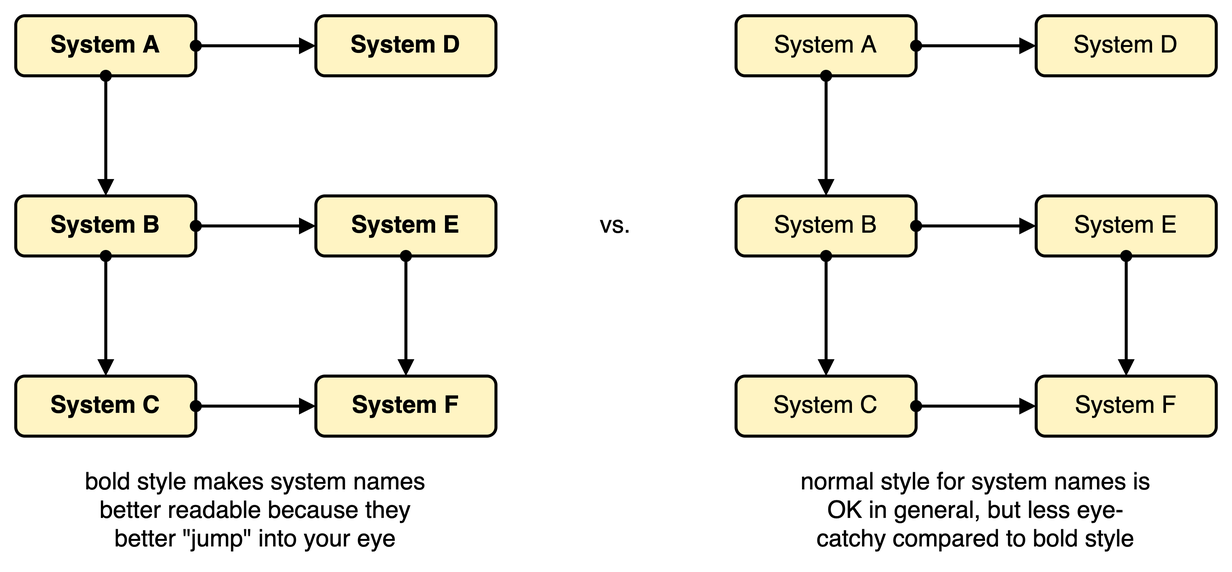
Above: diagrams/text-guideline_font-style_1.png in martinleggewie/visual-tips-for-creating-schematic-diagrams (draw.io), before the change. Source tidied: cells renumbered, new cells last; positions are measured from the earlier drawing's top-left corner, leaving out a move shared by most shapes. Its diagram source:
```xml
<mxGraphModel>
  <root>
    <mxCell id="0" />
    <mxCell id="1" value="background" parent="0" />
    <mxCell id="2" style="rounded=0;whiteSpace=wrap;html=1;strokeColor=none;" parent="1" vertex="1">
      <mxGeometry width="820" height="380" as="geometry" />
    </mxCell>
    <mxCell id="3" value="content" parent="0" />
    <mxCell id="4" value="System A" style="rounded=1;whiteSpace=wrap;html=1;strokeWidth=2;fontSize=16;fontStyle=1;fillColor=#FFF4C3;" parent="3" vertex="1">
      <mxGeometry x="10" y="10" width="120" height="40" as="geometry" />
    </mxCell>
    <mxCell id="5" style="rounded=0;jettySize=auto;html=1;fontSize=16;endArrow=block;endFill=1;startArrow=oval;startFill=1;strokeWidth=2;" parent="3" edge="1" source="4" target="11">
      <mxGeometry relative="1" as="geometry" />
    </mxCell>
    <mxCell id="6" value="System B" style="rounded=1;whiteSpace=wrap;html=1;strokeWidth=2;fontSize=16;fontStyle=1;fillColor=#FFF4C3;" parent="3" vertex="1">
      <mxGeometry x="10" y="130" width="120" height="40" as="geometry" />
    </mxCell>
    <mxCell id="7" style="edgeStyle=none;rounded=0;jettySize=auto;html=1;startArrow=oval;startFill=1;endArrow=block;endFill=1;strokeWidth=2;fontSize=16;" parent="3" edge="1" source="4" target="6">
      <mxGeometry relative="1" as="geometry" />
    </mxCell>
    <mxCell id="8" style="rounded=0;jettySize=auto;html=1;fontSize=16;endArrow=block;endFill=1;startArrow=oval;startFill=1;strokeWidth=2;" parent="3" edge="1" source="6" target="12">
      <mxGeometry relative="1" as="geometry" />
    </mxCell>
    <mxCell id="9" value="bold style makes system names better readable because they better &quot;jump&quot; into your eye" style="text;html=1;strokeColor=none;fillColor=none;align=center;verticalAlign=middle;whiteSpace=wrap;rounded=0;fontSize=16;spacing=0;" parent="3" vertex="1">
      <mxGeometry x="50" y="310" width="240" height="60" as="geometry" />
    </mxCell>
    <mxCell id="10" value="vs." style="text;html=1;strokeColor=none;fillColor=none;align=center;verticalAlign=middle;whiteSpace=wrap;rounded=0;fontSize=16;" parent="3" vertex="1">
      <mxGeometry x="330" y="140" width="160" height="20" as="geometry" />
    </mxCell>
    <mxCell id="11" value="System D" style="rounded=1;whiteSpace=wrap;html=1;strokeWidth=2;fontSize=16;fontStyle=1;fillColor=#FFF4C3;" parent="3" vertex="1">
      <mxGeometry x="210" y="10" width="120" height="40" as="geometry" />
    </mxCell>
    <mxCell id="12" value="System E" style="rounded=1;whiteSpace=wrap;html=1;strokeWidth=2;fontSize=16;fontStyle=1;fillColor=#FFF4C3;" parent="3" vertex="1">
      <mxGeometry x="210" y="130" width="120" height="40" as="geometry" />
    </mxCell>
    <mxCell id="13" value="System F" style="rounded=1;whiteSpace=wrap;html=1;strokeWidth=2;fontSize=16;fontStyle=1;fillColor=#FFF4C3;" parent="3" vertex="1">
      <mxGeometry x="210" y="250" width="120" height="40" as="geometry" />
    </mxCell>
    <mxCell id="14" value="System C" style="rounded=1;whiteSpace=wrap;html=1;strokeWidth=2;fontSize=16;fontStyle=1;fillColor=#FFF4C3;" parent="3" vertex="1">
      <mxGeometry x="10" y="250" width="120" height="40" as="geometry" />
    </mxCell>
    <mxCell id="15" style="edgeStyle=none;rounded=1;jettySize=auto;html=1;fontSize=16;startArrow=oval;startFill=1;endArrow=block;endFill=1;strokeWidth=2;" parent="3" edge="1" source="12" target="13">
      <mxGeometry relative="1" as="geometry" />
    </mxCell>
    <mxCell id="16" style="edgeStyle=none;rounded=1;jettySize=auto;html=1;fontSize=16;startArrow=oval;startFill=1;endArrow=block;endFill=1;strokeWidth=2;" parent="3" edge="1" source="14" target="13">
      <mxGeometry relative="1" as="geometry" />
    </mxCell>
    <mxCell id="17" style="edgeStyle=none;rounded=1;jettySize=auto;html=1;fontSize=16;startArrow=oval;startFill=1;endArrow=block;endFill=1;strokeWidth=2;" parent="3" edge="1" source="6" target="14">
      <mxGeometry relative="1" as="geometry" />
    </mxCell>
    <mxCell id="18" value="System A" style="rounded=1;whiteSpace=wrap;html=1;strokeWidth=2;fontSize=16;fontStyle=0;fillColor=#FFF4C3;" parent="3" vertex="1">
      <mxGeometry x="490" y="10" width="120" height="40" as="geometry" />
    </mxCell>
    <mxCell id="19" style="rounded=0;jettySize=auto;html=1;fontSize=16;endArrow=block;endFill=1;startArrow=oval;startFill=1;strokeWidth=2;fontStyle=0;" parent="3" edge="1" source="18" target="24">
      <mxGeometry relative="1" as="geometry" />
    </mxCell>
    <mxCell id="20" value="System B" style="rounded=1;whiteSpace=wrap;html=1;strokeWidth=2;fontSize=16;fontStyle=0;fillColor=#FFF4C3;" parent="3" vertex="1">
      <mxGeometry x="490" y="130" width="120" height="40" as="geometry" />
    </mxCell>
    <mxCell id="21" style="edgeStyle=none;rounded=0;jettySize=auto;html=1;startArrow=oval;startFill=1;endArrow=block;endFill=1;strokeWidth=2;fontSize=16;fontStyle=0;" parent="3" edge="1" source="18" target="20">
      <mxGeometry relative="1" as="geometry" />
    </mxCell>
    <mxCell id="22" style="rounded=0;jettySize=auto;html=1;fontSize=16;endArrow=block;endFill=1;startArrow=oval;startFill=1;strokeWidth=2;fontStyle=0;" parent="3" edge="1" source="20" target="25">
      <mxGeometry relative="1" as="geometry" />
    </mxCell>
    <mxCell id="23" value="normal style for system names is OK in general, but less eye-catchy compared to bold style" style="text;html=1;strokeColor=none;fillColor=none;align=center;verticalAlign=middle;whiteSpace=wrap;rounded=0;fontSize=16;spacing=0;" parent="3" vertex="1">
      <mxGeometry x="530" y="310" width="240" height="60" as="geometry" />
    </mxCell>
    <mxCell id="24" value="System D" style="rounded=1;whiteSpace=wrap;html=1;strokeWidth=2;fontSize=16;fontStyle=0;fillColor=#FFF4C3;" parent="3" vertex="1">
      <mxGeometry x="690" y="10" width="120" height="40" as="geometry" />
    </mxCell>
    <mxCell id="25" value="System E" style="rounded=1;whiteSpace=wrap;html=1;strokeWidth=2;fontSize=16;fontStyle=0;fillColor=#FFF4C3;" parent="3" vertex="1">
      <mxGeometry x="690" y="130" width="120" height="40" as="geometry" />
    </mxCell>
    <mxCell id="26" value="System F" style="rounded=1;whiteSpace=wrap;html=1;strokeWidth=2;fontSize=16;fontStyle=0;fillColor=#FFF4C3;" parent="3" vertex="1">
      <mxGeometry x="690" y="250" width="120" height="40" as="geometry" />
    </mxCell>
    <mxCell id="27" value="System C" style="rounded=1;whiteSpace=wrap;html=1;strokeWidth=2;fontSize=16;fontStyle=0;fillColor=#FFF4C3;" parent="3" vertex="1">
      <mxGeometry x="490" y="250" width="120" height="40" as="geometry" />
    </mxCell>
    <mxCell id="28" style="edgeStyle=none;rounded=1;jettySize=auto;html=1;fontSize=16;startArrow=oval;startFill=1;endArrow=block;endFill=1;strokeWidth=2;fontStyle=0;" parent="3" edge="1" source="25" target="26">
      <mxGeometry relative="1" as="geometry" />
    </mxCell>
    <mxCell id="29" style="edgeStyle=none;rounded=1;jettySize=auto;html=1;fontSize=16;startArrow=oval;startFill=1;endArrow=block;endFill=1;strokeWidth=2;fontStyle=0;" parent="3" edge="1" source="27" target="26">
      <mxGeometry relative="1" as="geometry" />
    </mxCell>
    <mxCell id="30" style="edgeStyle=none;rounded=1;jettySize=auto;html=1;fontSize=16;startArrow=oval;startFill=1;endArrow=block;endFill=1;strokeWidth=2;fontStyle=0;" parent="3" edge="1" source="20" target="27">
      <mxGeometry relative="1" as="geometry" />
    </mxCell>
  </root>
</mxGraphModel>
```
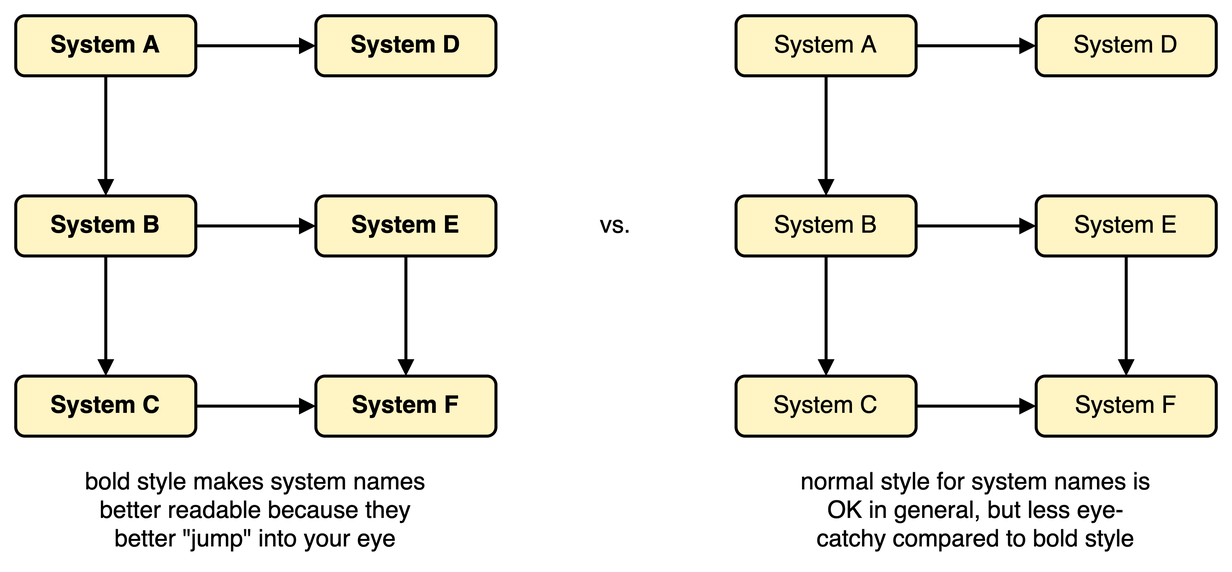
After the commit.

Change to the diagram source:
```diff
@@ -9,16 +9,16 @@
     <mxCell id="4" value="System A" style="rounded=1;whiteSpace=wrap;html=1;strokeWidth=2;fontSize=16;fontStyle=1;fillColor=#FFF4C3;" parent="3" vertex="1">
       <mxGeometry x="10" y="10" width="120" height="40" as="geometry" />
     </mxCell>
-    <mxCell id="5" style="rounded=0;jettySize=auto;html=1;fontSize=16;endArrow=block;endFill=1;startArrow=oval;startFill=1;strokeWidth=2;" parent="3" edge="1" source="4" target="11">
+    <mxCell id="5" style="rounded=0;jettySize=auto;html=1;fontSize=16;endArrow=block;endFill=1;startArrow=none;startFill=0;strokeWidth=2;" parent="3" edge="1" source="4" target="11">
       <mxGeometry relative="1" as="geometry" />
     </mxCell>
     <mxCell id="6" value="System B" style="rounded=1;whiteSpace=wrap;html=1;strokeWidth=2;fontSize=16;fontStyle=1;fillColor=#FFF4C3;" parent="3" vertex="1">
       <mxGeometry x="10" y="130" width="120" height="40" as="geometry" />
     </mxCell>
-    <mxCell id="7" style="edgeStyle=none;rounded=0;jettySize=auto;html=1;startArrow=oval;startFill=1;endArrow=block;endFill=1;strokeWidth=2;fontSize=16;" parent="3" edge="1" source="4" target="6">
+    <mxCell id="7" style="edgeStyle=none;rounded=0;jettySize=auto;html=1;startArrow=none;startFill=0;endArrow=block;endFill=1;strokeWidth=2;fontSize=16;" parent="3" edge="1" source="4" target="6">
       <mxGeometry relative="1" as="geometry" />
     </mxCell>
-    <mxCell id="8" style="rounded=0;jettySize=auto;html=1;fontSize=16;endArrow=block;endFill=1;startArrow=oval;startFill=1;strokeWidth=2;" parent="3" edge="1" source="6" target="12">
+    <mxCell id="8" style="rounded=0;jettySize=auto;html=1;fontSize=16;endArrow=block;endFill=1;startArrow=none;startFill=0;strokeWidth=2;" parent="3" edge="1" source="6" target="12">
       <mxGeometry relative="1" as="geometry" />
     </mxCell>
     <mxCell id="9" value="bold style makes system names better readable because they better &quot;jump&quot; into your eye" style="text;html=1;strokeColor=none;fillColor=none;align=center;verticalAlign=middle;whiteSpace=wrap;rounded=0;fontSize=16;spacing=0;" parent="3" vertex="1">
@@ -39,28 +39,28 @@
     <mxCell id="14" value="System C" style="rounded=1;whiteSpace=wrap;html=1;strokeWidth=2;fontSize=16;fontStyle=1;fillColor=#FFF4C3;" parent="3" vertex="1">
       <mxGeometry x="10" y="250" width="120" height="40" as="geometry" />
     </mxCell>
-    <mxCell id="15" style="edgeStyle=none;rounded=1;jettySize=auto;html=1;fontSize=16;startArrow=oval;startFill=1;endArrow=block;endFill=1;strokeWidth=2;" parent="3" edge="1" source="12" target="13">
+    <mxCell id="15" style="edgeStyle=none;rounded=1;jettySize=auto;html=1;fontSize=16;startArrow=none;startFill=0;endArrow=block;endFill=1;strokeWidth=2;" parent="3" edge="1" source="12" target="13">
       <mxGeometry relative="1" as="geometry" />
     </mxCell>
-    <mxCell id="16" style="edgeStyle=none;rounded=1;jettySize=auto;html=1;fontSize=16;startArrow=oval;startFill=1;endArrow=block;endFill=1;strokeWidth=2;" parent="3" edge="1" source="14" target="13">
+    <mxCell id="16" style="edgeStyle=none;rounded=1;jettySize=auto;html=1;fontSize=16;startArrow=none;startFill=0;endArrow=block;endFill=1;strokeWidth=2;" parent="3" edge="1" source="14" target="13">
       <mxGeometry relative="1" as="geometry" />
     </mxCell>
-    <mxCell id="17" style="edgeStyle=none;rounded=1;jettySize=auto;html=1;fontSize=16;startArrow=oval;startFill=1;endArrow=block;endFill=1;strokeWidth=2;" parent="3" edge="1" source="6" target="14">
+    <mxCell id="17" style="edgeStyle=none;rounded=1;jettySize=auto;html=1;fontSize=16;startArrow=none;startFill=0;endArrow=block;endFill=1;strokeWidth=2;" parent="3" edge="1" source="6" target="14">
       <mxGeometry relative="1" as="geometry" />
     </mxCell>
     <mxCell id="18" value="System A" style="rounded=1;whiteSpace=wrap;html=1;strokeWidth=2;fontSize=16;fontStyle=0;fillColor=#FFF4C3;" parent="3" vertex="1">
       <mxGeometry x="490" y="10" width="120" height="40" as="geometry" />
     </mxCell>
-    <mxCell id="19" style="rounded=0;jettySize=auto;html=1;fontSize=16;endArrow=block;endFill=1;startArrow=oval;startFill=1;strokeWidth=2;fontStyle=0;" parent="3" edge="1" source="18" target="24">
+    <mxCell id="19" style="rounded=0;jettySize=auto;html=1;fontSize=16;endArrow=block;endFill=1;startArrow=none;startFill=0;strokeWidth=2;fontStyle=0;" parent="3" edge="1" source="18" target="24">
       <mxGeometry relative="1" as="geometry" />
     </mxCell>
     <mxCell id="20" value="System B" style="rounded=1;whiteSpace=wrap;html=1;strokeWidth=2;fontSize=16;fontStyle=0;fillColor=#FFF4C3;" parent="3" vertex="1">
       <mxGeometry x="490" y="130" width="120" height="40" as="geometry" />
     </mxCell>
-    <mxCell id="21" style="edgeStyle=none;rounded=0;jettySize=auto;html=1;startArrow=oval;startFill=1;endArrow=block;endFill=1;strokeWidth=2;fontSize=16;fontStyle=0;" parent="3" edge="1" source="18" target="20">
+    <mxCell id="21" style="edgeStyle=none;rounded=0;jettySize=auto;html=1;startArrow=none;startFill=0;endArrow=block;endFill=1;strokeWidth=2;fontSize=16;fontStyle=0;" parent="3" edge="1" source="18" target="20">
       <mxGeometry relative="1" as="geometry" />
     </mxCell>
-    <mxCell id="22" style="rounded=0;jettySize=auto;html=1;fontSize=16;endArrow=block;endFill=1;startArrow=oval;startFill=1;strokeWidth=2;fontStyle=0;" parent="3" edge="1" source="20" target="25">
+    <mxCell id="22" style="rounded=0;jettySize=auto;html=1;fontSize=16;endArrow=block;endFill=1;startArrow=none;startFill=0;strokeWidth=2;fontStyle=0;" parent="3" edge="1" source="20" target="25">
       <mxGeometry relative="1" as="geometry" />
     </mxCell>
     <mxCell id="23" value="normal style for system names is OK in general, but less eye-catchy compared to bold style" style="text;html=1;strokeColor=none;fillColor=none;align=center;verticalAlign=middle;whiteSpace=wrap;rounded=0;fontSize=16;spacing=0;" parent="3" vertex="1">
@@ -78,13 +78,13 @@
     <mxCell id="27" value="System C" style="rounded=1;whiteSpace=wrap;html=1;strokeWidth=2;fontSize=16;fontStyle=0;fillColor=#FFF4C3;" parent="3" vertex="1">
       <mxGeometry x="490" y="250" width="120" height="40" as="geometry" />
     </mxCell>
-    <mxCell id="28" style="edgeStyle=none;rounded=1;jettySize=auto;html=1;fontSize=16;startArrow=oval;startFill=1;endArrow=block;endFill=1;strokeWidth=2;fontStyle=0;" parent="3" edge="1" source="25" target="26">
+    <mxCell id="28" style="edgeStyle=none;rounded=1;jettySize=auto;html=1;fontSize=16;startArrow=none;startFill=0;endArrow=block;endFill=1;strokeWidth=2;fontStyle=0;" parent="3" edge="1" source="25" target="26">
       <mxGeometry relative="1" as="geometry" />
     </mxCell>
-    <mxCell id="29" style="edgeStyle=none;rounded=1;jettySize=auto;html=1;fontSize=16;startArrow=oval;startFill=1;endArrow=block;endFill=1;strokeWidth=2;fontStyle=0;" parent="3" edge="1" source="27" target="26">
+    <mxCell id="29" style="edgeStyle=none;rounded=1;jettySize=auto;html=1;fontSize=16;startArrow=none;startFill=0;endArrow=block;endFill=1;strokeWidth=2;fontStyle=0;" parent="3" edge="1" source="27" target="26">
       <mxGeometry relative="1" as="geometry" />
     </mxCell>
-    <mxCell id="30" style="edgeStyle=none;rounded=1;jettySize=auto;html=1;fontSize=16;startArrow=oval;startFill=1;endArrow=block;endFill=1;strokeWidth=2;fontStyle=0;" parent="3" edge="1" source="20" target="27">
+    <mxCell id="30" style="edgeStyle=none;rounded=1;jettySize=auto;html=1;fontSize=16;startArrow=none;startFill=0;endArrow=block;endFill=1;strokeWidth=2;fontStyle=0;" parent="3" edge="1" source="20" target="27">
       <mxGeometry relative="1" as="geometry" />
     </mxCell>
   </root>
```
